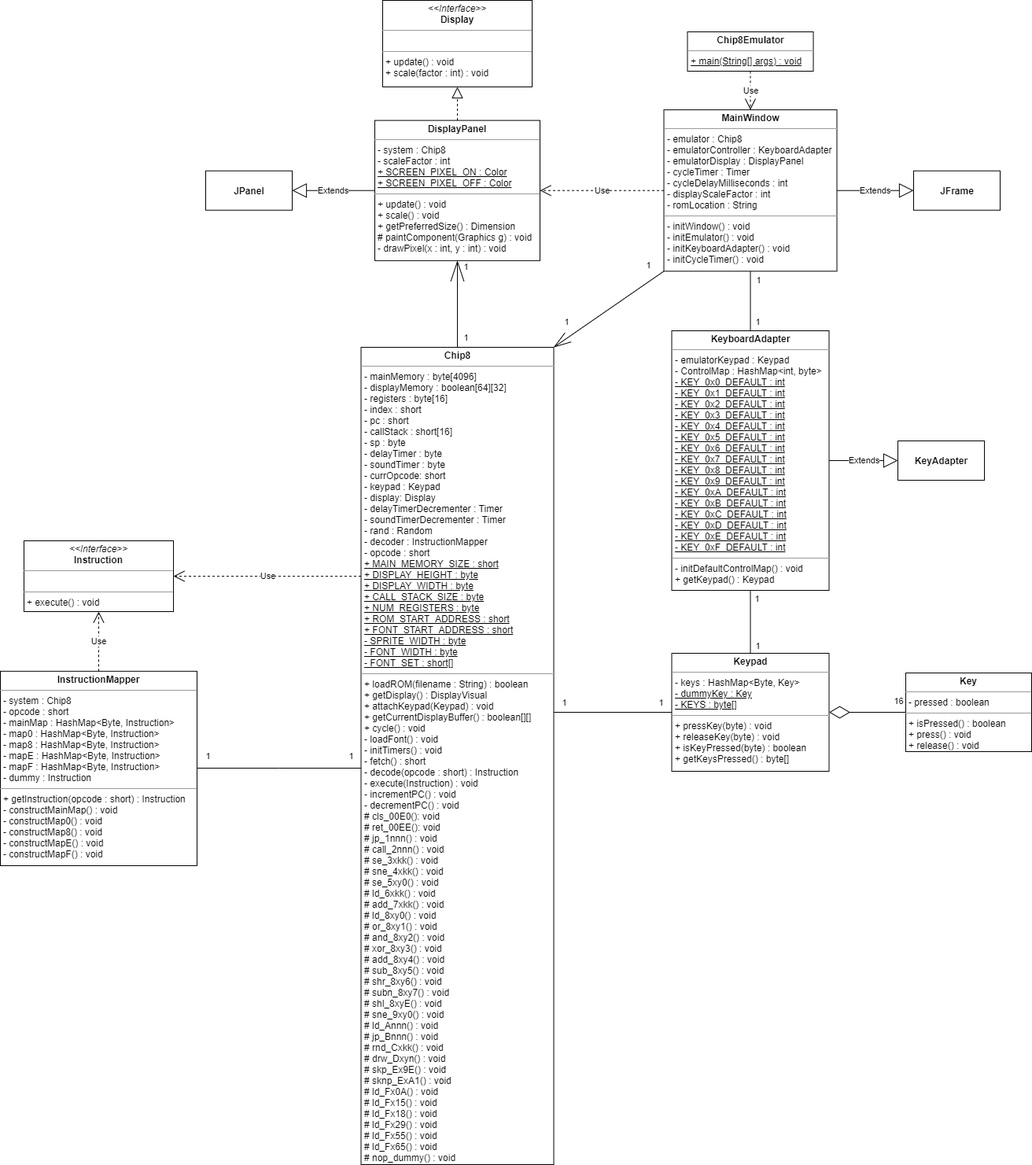
The draw.io diagram diagrams/ClassDiagram.png in Pokepeople02/Chip8, before a commit. Source tidied: cells renumbered, new cells last; positions are measured from the earlier drawing's top-left corner, leaving out a move shared by most shapes.
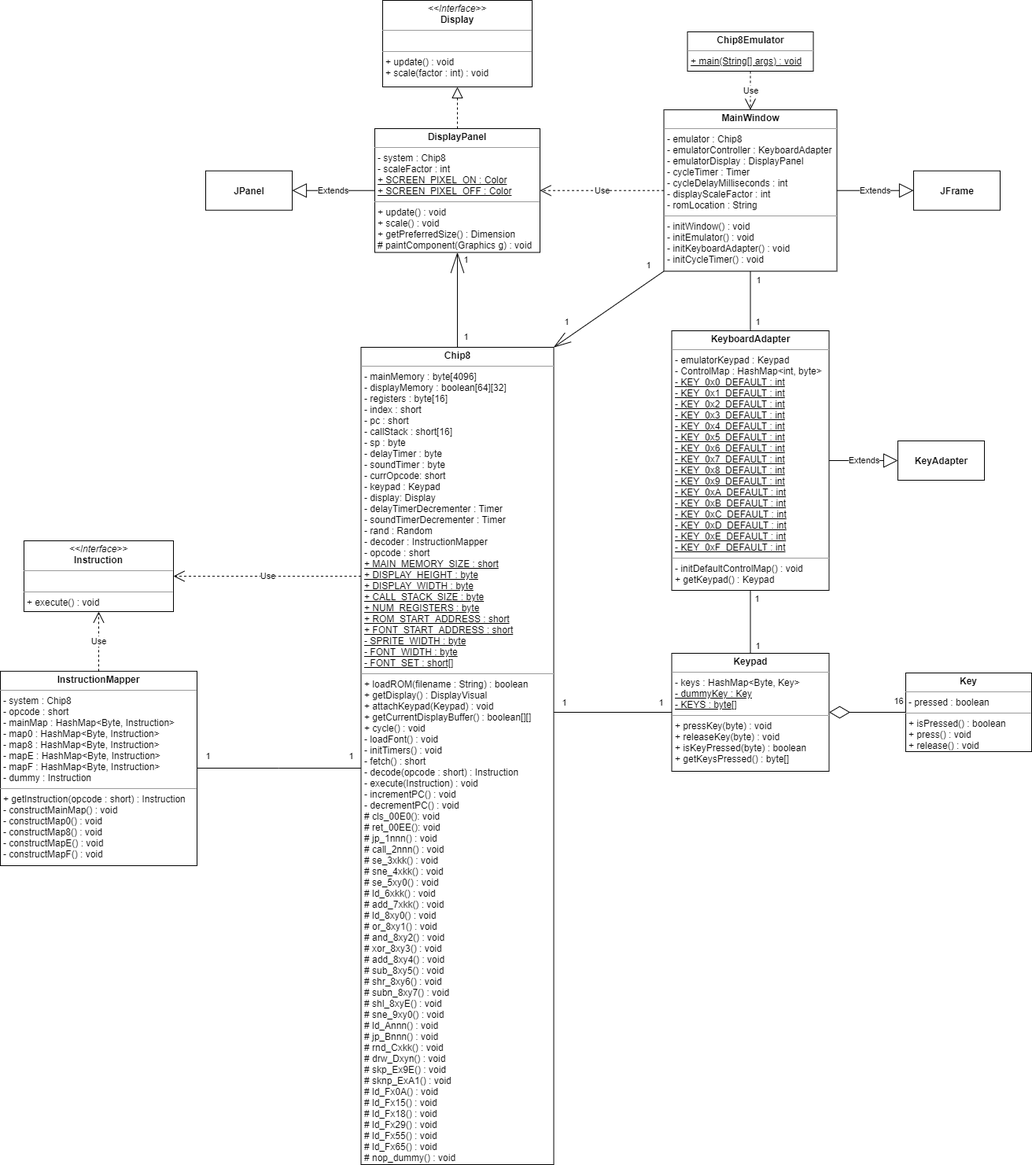
The same diagram one commit later.

Commit message:
Removed unneeded drawPixel method in DisplayPanel diagram

What changed in the source:
```diff
@@ -72,8 +72,8 @@
     <mxCell id="19" value="&lt;p style=&quot;margin: 0px ; margin-top: 4px ; text-align: center&quot;&gt;&lt;b&gt;MainWindow&lt;/b&gt;&lt;/p&gt;&lt;hr size=&quot;1&quot;&gt;&lt;p style=&quot;margin: 0px ; margin-left: 4px&quot;&gt;&lt;span&gt;- emulator : Chip8&lt;/span&gt;&lt;/p&gt;&lt;p style=&quot;margin: 0px ; margin-left: 4px&quot;&gt;&lt;span&gt;- emulatorController : KeyboardAdapter&lt;/span&gt;&lt;/p&gt;&lt;p style=&quot;margin: 0px ; margin-left: 4px&quot;&gt;&lt;span&gt;- emulatorDisplay : DisplayPanel&lt;/span&gt;&lt;/p&gt;&lt;p style=&quot;margin: 0px ; margin-left: 4px&quot;&gt;&lt;span&gt;- cycleTimer : Timer&lt;/span&gt;&lt;/p&gt;&lt;p style=&quot;margin: 0px ; margin-left: 4px&quot;&gt;&lt;span&gt;- cycleDelayMilliseconds : int&lt;/span&gt;&lt;/p&gt;&lt;p style=&quot;margin: 0px ; margin-left: 4px&quot;&gt;&lt;span&gt;- displayScaleFactor : int&lt;/span&gt;&lt;/p&gt;&lt;p style=&quot;margin: 0px ; margin-left: 4px&quot;&gt;&lt;span&gt;- romLocation : String&lt;/span&gt;&lt;/p&gt;&lt;hr size=&quot;1&quot;&gt;&lt;p style=&quot;margin: 0px ; margin-left: 4px&quot;&gt;- initWindow() : void&lt;/p&gt;&lt;p style=&quot;margin: 0px ; margin-left: 4px&quot;&gt;- initEmulator() : void&lt;/p&gt;&lt;p style=&quot;margin: 0px ; margin-left: 4px&quot;&gt;- initKeyboardAdapter() : void&lt;/p&gt;&lt;p style=&quot;margin: 0px ; margin-left: 4px&quot;&gt;- initCycleTimer() : void&lt;/p&gt;" style="verticalAlign=top;align=left;overflow=fill;fontSize=12;fontFamily=Helvetica;html=1;" parent="1" vertex="1">
       <mxGeometry x="843.5" y="139.1" width="220" height="205.2" as="geometry" />
     </mxCell>
-    <mxCell id="20" value="&lt;p style=&quot;margin: 0px ; margin-top: 4px ; text-align: center&quot;&gt;&lt;b&gt;DisplayPanel&lt;/b&gt;&lt;/p&gt;&lt;hr size=&quot;1&quot;&gt;&lt;p style=&quot;margin: 0px ; margin-left: 4px&quot;&gt;- system : Chip8&lt;/p&gt;&lt;p style=&quot;margin: 0px ; margin-left: 4px&quot;&gt;- scaleFactor : int&lt;/p&gt;&lt;p style=&quot;margin: 0px ; margin-left: 4px&quot;&gt;&lt;u&gt;+ SCREEN_PIXEL_ON : Color&lt;/u&gt;&lt;br&gt;&lt;/p&gt;&lt;p style=&quot;margin: 0px ; margin-left: 4px&quot;&gt;&lt;u&gt;+ SCREEN_PIXEL_OFF : Color&lt;/u&gt;&lt;/p&gt;&lt;hr size=&quot;1&quot;&gt;&lt;p style=&quot;margin: 0px ; margin-left: 4px&quot;&gt;+ update() : void&lt;/p&gt;&lt;p style=&quot;margin: 0px ; margin-left: 4px&quot;&gt;+ scale() : void&lt;/p&gt;&lt;p style=&quot;margin: 0px ; margin-left: 4px&quot;&gt;+ getPreferredSize() : Dimension&lt;/p&gt;&lt;p style=&quot;margin: 0px ; margin-left: 4px&quot;&gt;# paintComponent(Graphics g) : void&lt;/p&gt;&lt;p style=&quot;margin: 0px ; margin-left: 4px&quot;&gt;- drawPixel(x : int, y : int) : void&lt;/p&gt;" style="verticalAlign=top;align=left;overflow=fill;fontSize=12;fontFamily=Helvetica;html=1;" parent="1" vertex="1">
-      <mxGeometry x="476" y="152.6" width="210" height="178.2" as="geometry" />
+    <mxCell id="20" value="&lt;p style=&quot;margin: 0px ; margin-top: 4px ; text-align: center&quot;&gt;&lt;b&gt;DisplayPanel&lt;/b&gt;&lt;/p&gt;&lt;hr size=&quot;1&quot;&gt;&lt;p style=&quot;margin: 0px ; margin-left: 4px&quot;&gt;- system : Chip8&lt;/p&gt;&lt;p style=&quot;margin: 0px ; margin-left: 4px&quot;&gt;- scaleFactor : int&lt;/p&gt;&lt;p style=&quot;margin: 0px ; margin-left: 4px&quot;&gt;&lt;u&gt;+ SCREEN_PIXEL_ON : Color&lt;/u&gt;&lt;br&gt;&lt;/p&gt;&lt;p style=&quot;margin: 0px ; margin-left: 4px&quot;&gt;&lt;u&gt;+ SCREEN_PIXEL_OFF : Color&lt;/u&gt;&lt;/p&gt;&lt;hr size=&quot;1&quot;&gt;&lt;p style=&quot;margin: 0px ; margin-left: 4px&quot;&gt;+ update() : void&lt;/p&gt;&lt;p style=&quot;margin: 0px ; margin-left: 4px&quot;&gt;+ scale() : void&lt;/p&gt;&lt;p style=&quot;margin: 0px ; margin-left: 4px&quot;&gt;+ getPreferredSize() : Dimension&lt;/p&gt;&lt;p style=&quot;margin: 0px ; margin-left: 4px&quot;&gt;# paintComponent(Graphics g) : void&lt;/p&gt;" style="verticalAlign=top;align=left;overflow=fill;fontSize=12;fontFamily=Helvetica;html=1;" parent="1" vertex="1">
+      <mxGeometry x="476" y="163" width="210" height="157.4" as="geometry" />
     </mxCell>
     <mxCell id="21" value="Use" style="endArrow=open;endSize=12;dashed=1;html=1;edgeStyle=elbowEdgeStyle;elbow=vertical;" parent="1" edge="1" source="5" target="12">
       <mxGeometry relative="1" as="geometry" />
```
